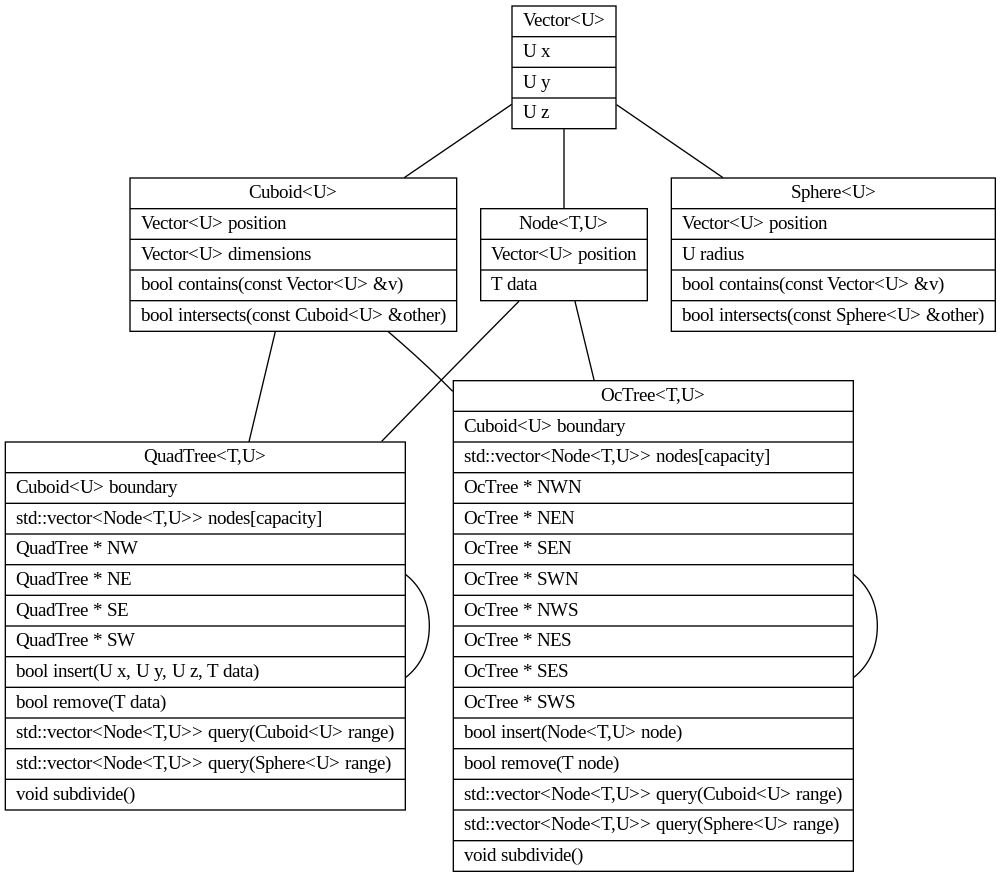
Before: doc/classes.dot.png, a diagram exported from Graphviz (pvorselaars/spatial-tree). Its source is kept beside it as doc/classes.dot. The source it was exported from:
```dot
graph classes {

	graph [bgcolor=transparent]
	node [shape=record,style=filled,fillcolor=white]

	Vector [label="{Vector\<U\>|
			  U x\l|
			  U y\l|
			  U z\l}"]

	Element [label="{Node\<T,U\>|
			  Vector\<U\> position\l|
			  T data\l}"]

	Sphere [label="{Sphere\<U\>|
			Vector\<U\> position\l|
			U radius\l|
			bool contains(const Vector\<U\> &v)\l|
			bool intersects(const Sphere\<U\> &other)\l}"]

	Cuboid [label="{Cuboid\<U\>|
			Vector\<U\> position\l|
			Vector\<U\> dimensions\l|
			bool contains(const Vector\<U\> &v)\l|
			bool intersects(const Cuboid\<U\> &other)\l}"]

	QuadTree [label="{QuadTree\<T,U\>|
			   Cuboid\<U\> boundary\l|
			   std::vector\<Node\<T,U\>\> nodes[capacity]\l|
			   QuadTree * NW\l|
			   QuadTree * NE\l|
			   QuadTree * SE\l|
			   QuadTree * SW\l|
			   bool insert(U x, U y, U z, T data)\l|
			   bool remove(T data)\l|
			   std::vector\<Node\<T,U\>\> query(Cuboid\<U\> range)\l|
			   std::vector\<Node\<T,U\>\> query(Sphere\<U\> range)\l|
			   void subdivide()\l}"]

	OcTree [label="{OcTree\<T,U\>|
			  Cuboid\<U\> boundary\l|
			  std::vector\<Node\<T,U\>\> nodes[capacity]\l|
			  OcTree * NWN\l|
			  OcTree * NEN\l|
			  OcTree * SEN\l|
			  OcTree * SWN\l|
			  OcTree * NWS\l|
			  OcTree * NES\l|
			  OcTree * SES\l|
			  OcTree * SWS\l|
			  bool insert(Node\<T,U\> node)\l|
			  bool remove(T node)\l|
			  std::vector\<Node\<T,U\>\> query(Cuboid\<U\> range)\l|
			  std::vector\<Node\<T,U\>\> query(Sphere\<U\> range)\l|
			  void subdivide()\l}"]

	Vector -- Element
	Vector -- Cuboid
	Vector -- Sphere
	Element -- QuadTree
	Element -- OcTree
	Cuboid -- QuadTree
	Cuboid -- OcTree
	QuadTree -- QuadTree
	OcTree -- OcTree

}
```
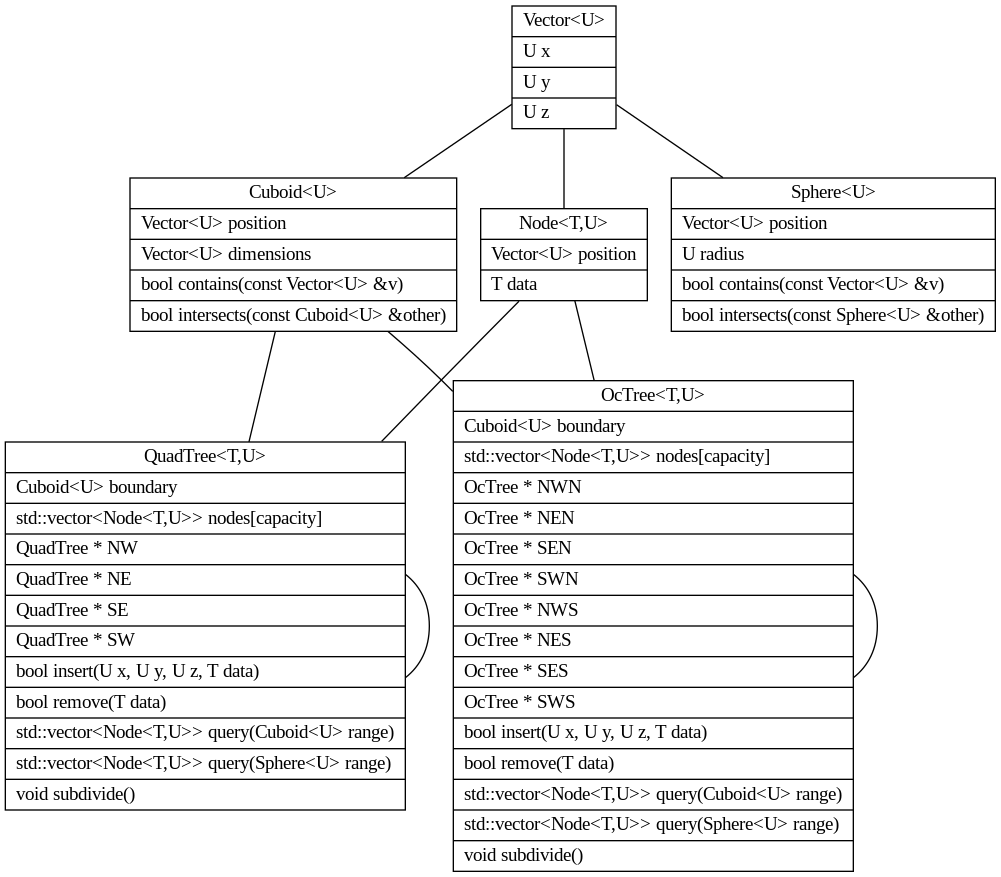
After the commit.

Diff of the diagram source:
```diff
@@ -48,8 +48,8 @@
 			  OcTree * NES\l|
 			  OcTree * SES\l|
 			  OcTree * SWS\l|
-			  bool insert(Node\<T,U\> node)\l|
-			  bool remove(T node)\l|
+			  bool insert(U x, U y, U z, T data)\l|
+			  bool remove(T data)\l|
 			  std::vector\<Node\<T,U\>\> query(Cuboid\<U\> range)\l|
 			  std::vector\<Node\<T,U\>\> query(Sphere\<U\> range)\l|
 			  void subdivide()\l}"]
```
